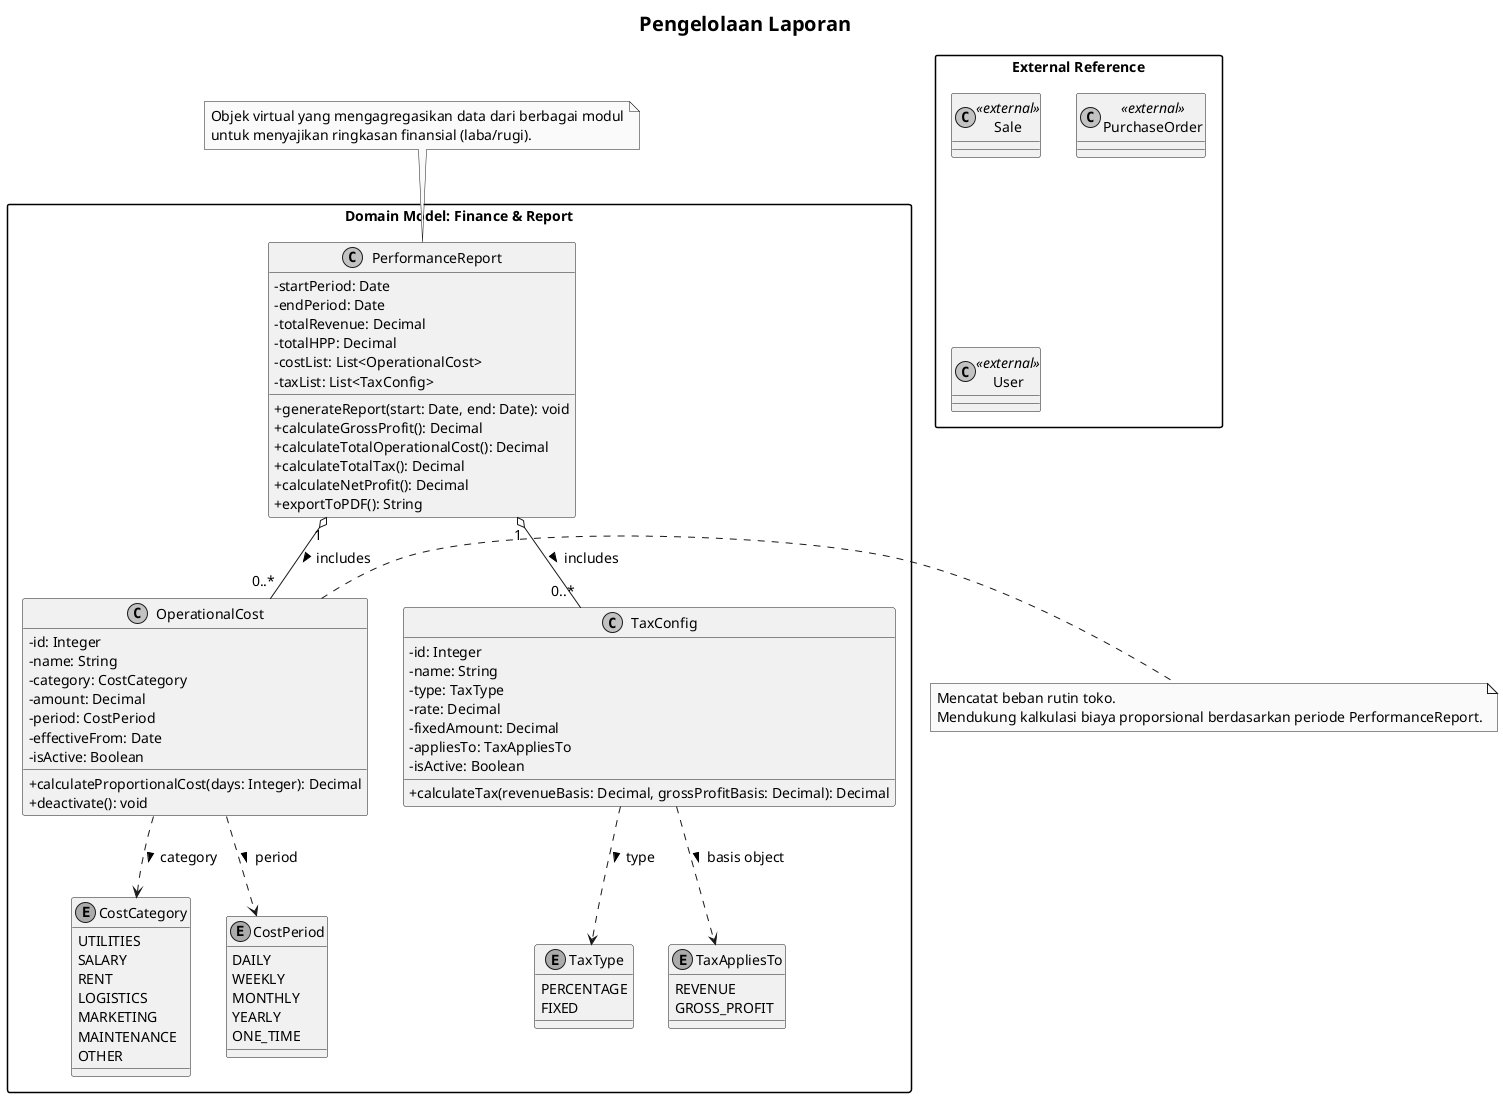
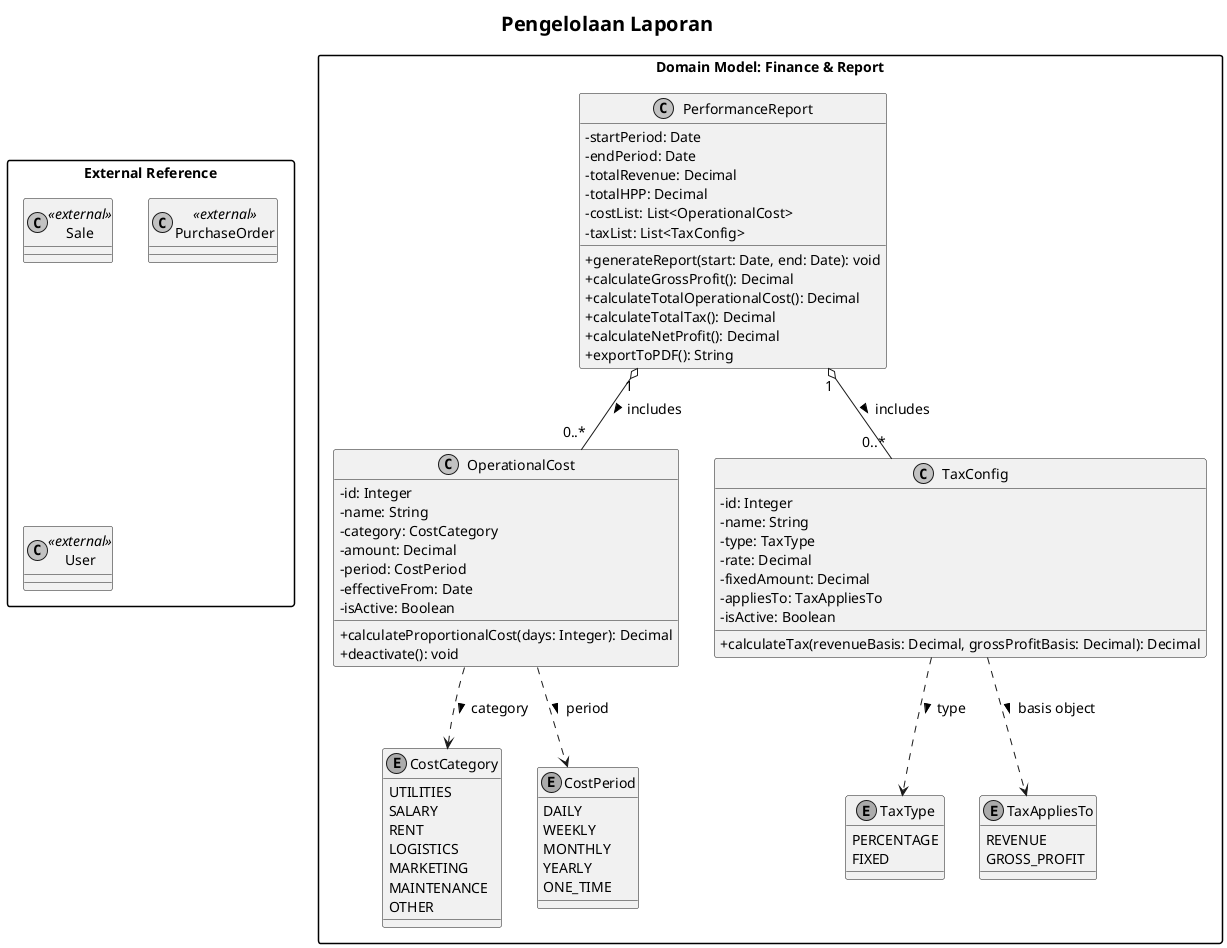
@startuml Modul_G_Pengelolaan_Laporan

' Pengaturan visual agar profesional dan fungsional
skinparam classAttributeIconSize 0
skinparam monochrome true
skinparam packageStyle rectangle
skinparam shadowing false
skinparam defaultFontName "Arial"
skinparam defaultFontSize 14
skinparam titleFontSize 20

title Pengelolaan Laporan

package "Domain Model: Finance & Report" {
    class PerformanceReport {
        - startPeriod: Date
        - endPeriod: Date
        - totalRevenue: Decimal
        - totalHPP: Decimal
        - costList: List<OperationalCost>
        - taxList: List<TaxConfig>
        + generateReport(start: Date, end: Date): void
        + calculateGrossProfit(): Decimal
        + calculateTotalOperationalCost(): Decimal
        + calculateTotalTax(): Decimal
        + calculateNetProfit(): Decimal
        + exportToPDF(): String
    }

    class OperationalCost {
        - id: Integer
        - name: String
        - category: CostCategory
        - amount: Decimal
        - period: CostPeriod
        - effectiveFrom: Date
        - isActive: Boolean
        + calculateProportionalCost(days: Integer): Decimal
        + deactivate(): void
    }

    class TaxConfig {
        - id: Integer
        - name: String
        - type: TaxType
        - rate: Decimal
        - fixedAmount: Decimal
        - appliesTo: TaxAppliesTo
        - isActive: Boolean
        + calculateTax(revenueBasis: Decimal, grossProfitBasis: Decimal): Decimal
    }

    enum CostCategory {
        UTILITIES
        SALARY
        RENT
        LOGISTICS
        MARKETING
        MAINTENANCE
        OTHER
    }

    enum CostPeriod {
        DAILY
        WEEKLY
        MONTHLY
        YEARLY
        ONE_TIME
    }

    enum TaxType {
        PERCENTAGE
        FIXED
    }

    enum TaxAppliesTo {
        REVENUE
        GROSS_PROFIT
    }

    ' Relationships
    PerformanceReport "1" o-- "0..*" OperationalCost : includes >
    PerformanceReport "1" o-- "0..*" TaxConfig : includes >
    OperationalCost ..> CostCategory : category >
    OperationalCost ..> CostPeriod : period >
    TaxConfig ..> TaxType : type >
    TaxConfig ..> TaxAppliesTo : basis object >
}

package "External Reference" {
    class Sale <<external>>
    class PurchaseOrder <<external>>
    class User <<external>>
}

- ' Catatan Fungsional
- note top of PerformanceReport
-   Objek virtual yang mengagregasikan data dari berbagai modul
-   untuk menyajikan ringkasan finansial (laba/rugi).
- end note
- 
- note right of OperationalCost
-   Mencatat beban rutin toko.
-   Mendukung kalkulasi biaya proporsional berdasarkan periode PerformanceReport.
- end note

@enduml
